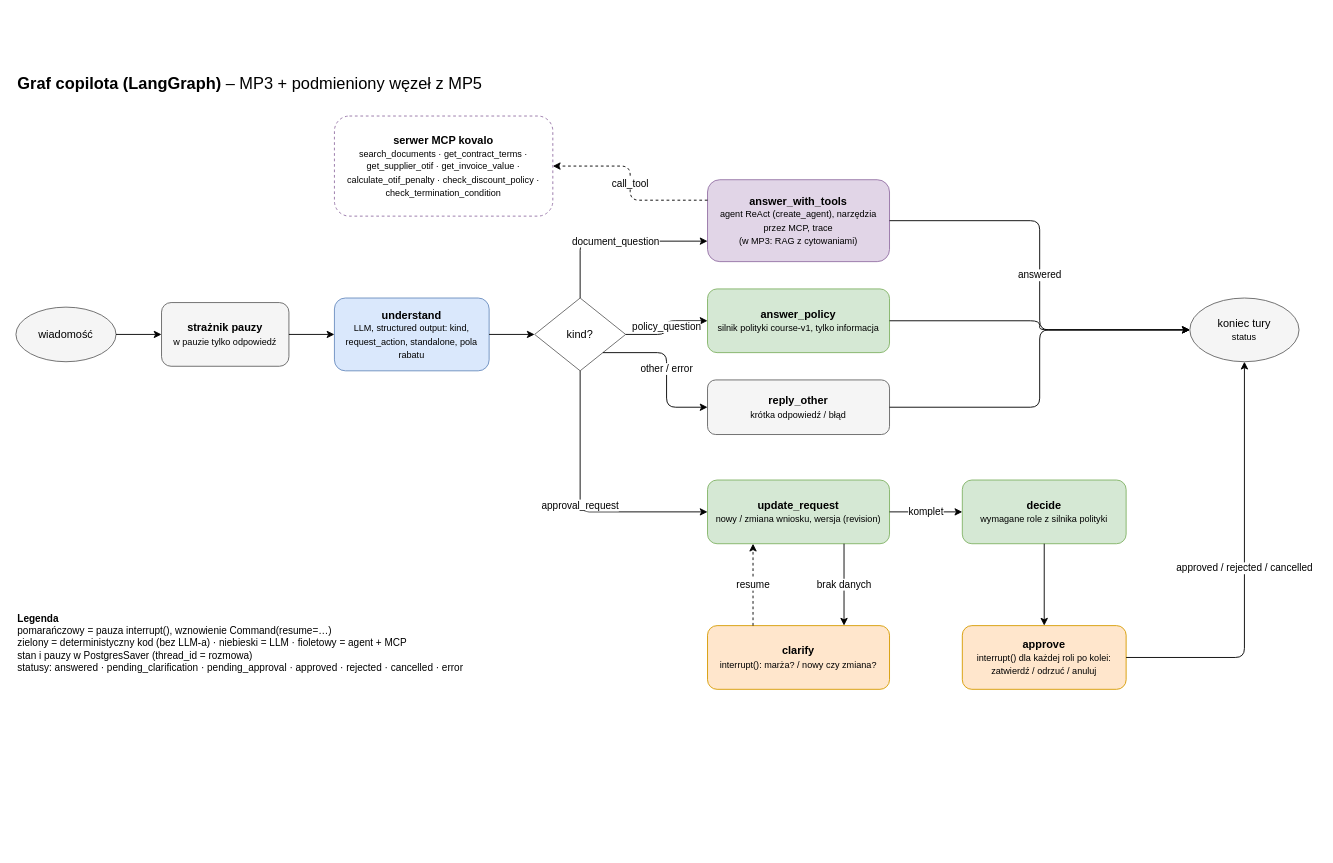
This is page "2. Graf copilota" (2 of 3) of docs/architecture/kovalo-architecture.drawio from oszypczy/kovalo-copilot, a draw.io file, before an edit. Source tidied: cells renumbered, new cells numbered last; positions are measured from the earlier drawing's top-left corner, leaving out a move shared by most shapes. Both pictures are drawn from the tidied source at 91%, with x=0, y=0 at pixel (15, 70).
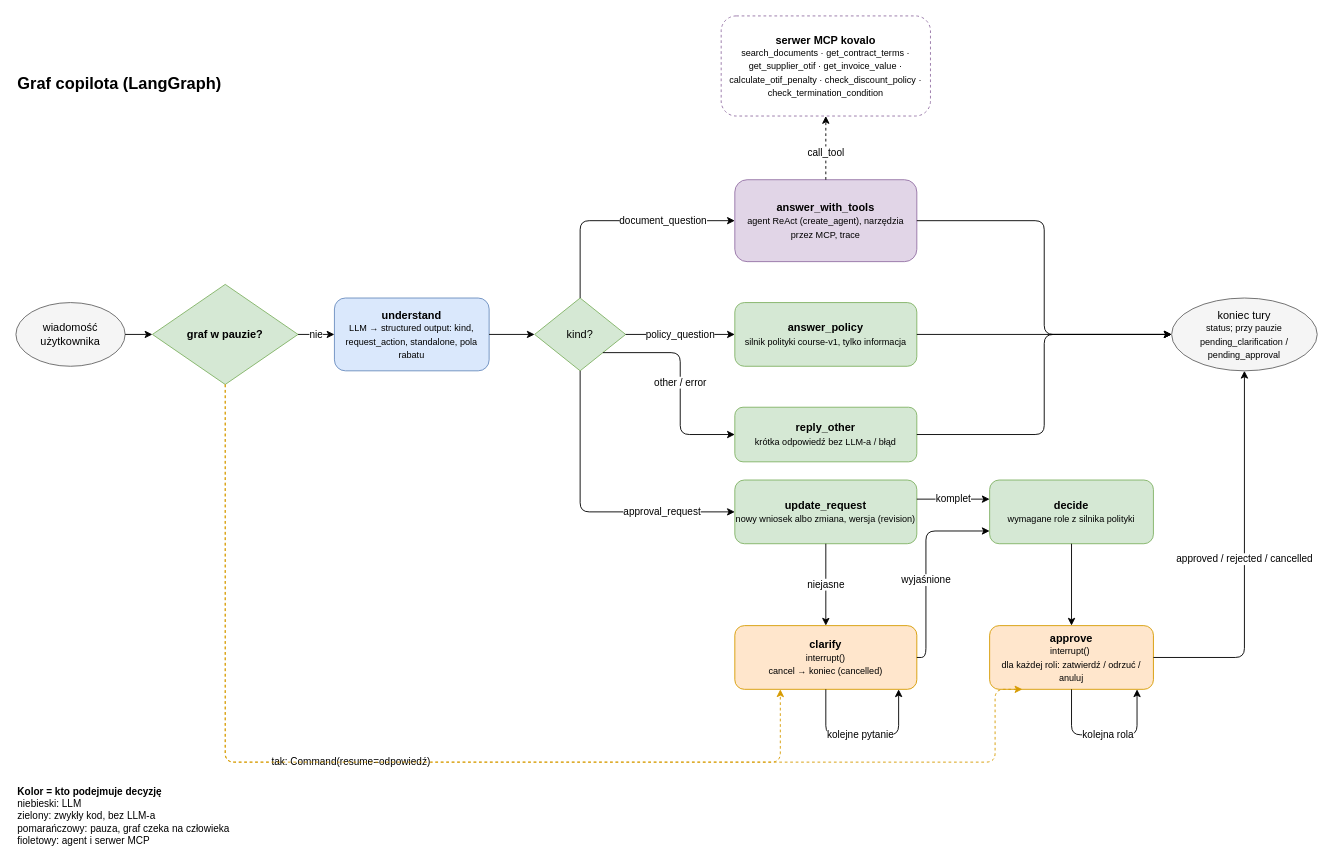
After the change.

Change to the diagram source:
```diff
@@
-    <mxCell id="2" value="&lt;b&gt;Graf copilota (LangGraph)&lt;/b&gt; – MP3 + podmieniony węzeł z MP5" style="text;html=1;fontSize=18;align=left;verticalAlign=middle;" parent="1" vertex="1">
+    <mxCell id="2" value="&lt;b&gt;Graf copilota (LangGraph)&lt;/b&gt;" style="text;html=1;fontSize=18;align=left;verticalAlign=middle;" parent="1" vertex="1">
       <mxGeometry width="700" height="30" as="geometry" />
     </mxCell>
-    <mxCell id="3" value="wiadomość" style="ellipse;whiteSpace=wrap;html=1;fillColor=#f5f5f5;strokeColor=#666666;" parent="1" vertex="1">
-      <mxGeometry y="260" width="110" height="60" as="geometry" />
+    <mxCell id="3" value="wiadomość&lt;br&gt;użytkownika" style="ellipse;fillColor=#f5f5f5;strokeColor=#666666;whiteSpace=wrap;html=1;" parent="1" vertex="1">
+      <mxGeometry y="255" width="120" height="70" as="geometry" />
     </mxCell>
-    <mxCell id="4" value="&lt;b&gt;strażnik pauzy&lt;/b&gt;&lt;br&gt;&lt;font style=&quot;font-size:10px&quot;&gt;w pauzie tylko odpowiedź&lt;/font&gt;" style="rounded=1;whiteSpace=wrap;html=1;fillColor=#f5f5f5;strokeColor=#666666;" parent="1" vertex="1">
-      <mxGeometry x="160" y="255" width="140" height="70" as="geometry" />
+    <mxCell id="4" value="&lt;b&gt;graf w pauzie?&lt;/b&gt;&lt;font style=&quot;font-size:10px&quot;&gt;&lt;br&gt;&lt;/font&gt;" style="rhombus;fillColor=#d5e8d4;strokeColor=#82b366;whiteSpace=wrap;html=1;" parent="1" vertex="1">
+      <mxGeometry x="150" y="235" width="160" height="110" as="geometry" />
     </mxCell>
-    <mxCell id="5" value="&lt;b&gt;understand&lt;/b&gt;&lt;br&gt;&lt;font style=&quot;font-size:10px&quot;&gt;LLM, structured output: kind, request_action, standalone, pola rabatu&lt;/font&gt;" style="rounded=1;whiteSpace=wrap;html=1;fillColor=#dae8fc;strokeColor=#6c8ebf;" parent="1" vertex="1">
+    <mxCell id="5" value="&lt;b&gt;understand&lt;/b&gt;&lt;br&gt;&lt;font style=&quot;font-size:10px&quot;&gt;LLM → structured output: kind, request_action, standalone, pola rabatu&lt;/font&gt;" style="rounded=1;fillColor=#dae8fc;strokeColor=#6c8ebf;whiteSpace=wrap;html=1;" parent="1" vertex="1">
       <mxGeometry x="350" y="250" width="170" height="80" as="geometry" />
     </mxCell>
-    <mxCell id="6" value="kind?" style="rhombus;whiteSpace=wrap;html=1;fillColor=#ffffff;strokeColor=#666666;" parent="1" vertex="1">
+    <mxCell id="6" value="kind?" style="rhombus;fillColor=#d5e8d4;strokeColor=#82b366;whiteSpace=wrap;html=1;" parent="1" vertex="1">
       <mxGeometry x="570" y="250" width="100" height="80" as="geometry" />
     </mxCell>
-    <mxCell id="7" value="&lt;b&gt;answer_with_tools&lt;/b&gt;&lt;br&gt;&lt;font style=&quot;font-size:10px&quot;&gt;agent ReAct (create_agent), narzędzia przez MCP, trace&lt;br&gt;(w MP3: RAG z cytowaniami)&lt;/font&gt;" style="rounded=1;whiteSpace=wrap;html=1;fillColor=#e1d5e7;strokeColor=#9673a6;" parent="1" vertex="1">
-      <mxGeometry x="760" y="120" width="200" height="90" as="geometry" />
+    <mxCell id="7" value="&lt;b&gt;answer_with_tools&lt;/b&gt;&lt;br&gt;&lt;font style=&quot;font-size:10px&quot;&gt;agent ReAct (create_agent), narzędzia przez MCP, trace&lt;/font&gt;" style="rounded=1;fillColor=#e1d5e7;strokeColor=#9673a6;whiteSpace=wrap;html=1;" parent="1" vertex="1">
+      <mxGeometry x="790" y="120" width="200" height="90" as="geometry" />
     </mxCell>
-    <mxCell id="8" value="&lt;b&gt;answer_policy&lt;/b&gt;&lt;br&gt;&lt;font style=&quot;font-size:10px&quot;&gt;silnik polityki course-v1, tylko informacja&lt;/font&gt;" style="rounded=1;whiteSpace=wrap;html=1;fillColor=#d5e8d4;strokeColor=#82b366;" parent="1" vertex="1">
-      <mxGeometry x="760" y="240" width="200" height="70" as="geometry" />
+    <mxCell id="8" value="&lt;b&gt;answer_policy&lt;/b&gt;&lt;br&gt;&lt;font style=&quot;font-size:10px&quot;&gt;silnik polityki course-v1, tylko informacja&lt;/font&gt;" style="rounded=1;fillColor=#d5e8d4;strokeColor=#82b366;whiteSpace=wrap;html=1;" parent="1" vertex="1">
+      <mxGeometry x="790" y="255" width="200" height="70" as="geometry" />
     </mxCell>
-    <mxCell id="9" value="&lt;b&gt;reply_other&lt;/b&gt;&lt;br&gt;&lt;font style=&quot;font-size:10px&quot;&gt;krótka odpowiedź / błąd&lt;/font&gt;" style="rounded=1;whiteSpace=wrap;html=1;fillColor=#f5f5f5;strokeColor=#666666;" parent="1" vertex="1">
-      <mxGeometry x="760" y="340" width="200" height="60" as="geometry" />
+    <mxCell id="9" value="&lt;b&gt;reply_other&lt;/b&gt;&lt;br&gt;&lt;font style=&quot;font-size:10px&quot;&gt;krótka odpowiedź bez LLM-a / błąd&lt;/font&gt;" style="rounded=1;fillColor=#d5e8d4;strokeColor=#82b366;whiteSpace=wrap;html=1;" parent="1" vertex="1">
+      <mxGeometry x="790" y="370" width="200" height="60" as="geometry" />
     </mxCell>
-    <mxCell id="10" value="&lt;b&gt;update_request&lt;/b&gt;&lt;br&gt;&lt;font style=&quot;font-size:10px&quot;&gt;nowy / zmiana wniosku, wersja (revision)&lt;/font&gt;" style="rounded=1;whiteSpace=wrap;html=1;fillColor=#d5e8d4;strokeColor=#82b366;" parent="1" vertex="1">
-      <mxGeometry x="760" y="450" width="200" height="70" as="geometry" />
+    <mxCell id="10" value="&lt;b&gt;update_request&lt;/b&gt;&lt;br&gt;&lt;font style=&quot;font-size:10px&quot;&gt;nowy wniosek albo zmiana, wersja (revision)&lt;/font&gt;" style="rounded=1;fillColor=#d5e8d4;strokeColor=#82b366;whiteSpace=wrap;html=1;" parent="1" vertex="1">
+      <mxGeometry x="790" y="450" width="200" height="70" as="geometry" />
     </mxCell>
-    <mxCell id="11" value="&lt;b&gt;clarify&lt;/b&gt;&lt;br&gt;&lt;font style=&quot;font-size:10px&quot;&gt;interrupt(): marża? / nowy czy zmiana?&lt;/font&gt;" style="rounded=1;whiteSpace=wrap;html=1;fillColor=#ffe6cc;strokeColor=#d79b00;" parent="1" vertex="1">
-      <mxGeometry x="760" y="610" width="200" height="70" as="geometry" />
+    <mxCell id="11" value="&lt;b&gt;clarify&lt;/b&gt;&lt;br&gt;&lt;font style=&quot;font-size:10px&quot;&gt;interrupt()&lt;br&gt;cancel → koniec (cancelled)&lt;/font&gt;" style="rounded=1;fillColor=#ffe6cc;strokeColor=#d79b00;whiteSpace=wrap;html=1;" parent="1" vertex="1">
+      <mxGeometry x="790" y="610" width="200" height="70" as="geometry" />
     </mxCell>
-    <mxCell id="12" value="&lt;b&gt;decide&lt;/b&gt;&lt;br&gt;&lt;font style=&quot;font-size:10px&quot;&gt;wymagane role z silnika polityki&lt;/font&gt;" style="rounded=1;whiteSpace=wrap;html=1;fillColor=#d5e8d4;strokeColor=#82b366;" parent="1" vertex="1">
-      <mxGeometry x="1040" y="450" width="180" height="70" as="geometry" />
+    <mxCell id="12" value="&lt;b&gt;decide&lt;/b&gt;&lt;br&gt;&lt;font style=&quot;font-size:10px&quot;&gt;wymagane role z silnika polityki&lt;/font&gt;" style="rounded=1;fillColor=#d5e8d4;strokeColor=#82b366;whiteSpace=wrap;html=1;" parent="1" vertex="1">
+      <mxGeometry x="1070" y="450" width="180" height="70" as="geometry" />
     </mxCell>
-    <mxCell id="13" value="&lt;b&gt;approve&lt;/b&gt;&lt;br&gt;&lt;font style=&quot;font-size:10px&quot;&gt;interrupt() dla każdej roli po kolei: zatwierdź / odrzuć / anuluj&lt;/font&gt;" style="rounded=1;whiteSpace=wrap;html=1;fillColor=#ffe6cc;strokeColor=#d79b00;" parent="1" vertex="1">
-      <mxGeometry x="1040" y="610" width="180" height="70" as="geometry" />
+    <mxCell id="13" value="&lt;b&gt;approve&lt;/b&gt;&lt;br&gt;&lt;font style=&quot;font-size:10px&quot;&gt;interrupt()&amp;nbsp;&lt;/font&gt;&lt;div&gt;&lt;font style=&quot;font-size:10px&quot;&gt;dla każdej roli: zatwierdź / odrzuć / anuluj&lt;/font&gt;&lt;/div&gt;" style="rounded=1;fillColor=#ffe6cc;strokeColor=#d79b00;whiteSpace=wrap;html=1;" parent="1" vertex="1">
+      <mxGeometry x="1070" y="610" width="180" height="70" as="geometry" />
     </mxCell>
-    <mxCell id="14" value="koniec tury&lt;br&gt;&lt;font style=&quot;font-size:10px&quot;&gt;status&lt;/font&gt;" style="ellipse;whiteSpace=wrap;html=1;fillColor=#f5f5f5;strokeColor=#666666;" parent="1" vertex="1">
-      <mxGeometry x="1290" y="250" width="120" height="70" as="geometry" />
+    <mxCell id="14" value="koniec tury&lt;br&gt;&lt;font style=&quot;font-size:10px&quot;&gt;status; przy pauzie&lt;br&gt;pending_clarification / pending_approval&lt;/font&gt;" style="ellipse;fillColor=#f5f5f5;strokeColor=#666666;whiteSpace=wrap;html=1;" parent="1" vertex="1">
+      <mxGeometry x="1270" y="250" width="160" height="80" as="geometry" />
     </mxCell>
-    <mxCell id="15" value="&lt;b&gt;serwer MCP kovalo&lt;/b&gt;&lt;br&gt;&lt;font style=&quot;font-size:10px&quot;&gt;search_documents · get_contract_terms · get_supplier_otif · get_invoice_value · calculate_otif_penalty · check_discount_policy · check_termination_condition&lt;/font&gt;" style="rounded=1;whiteSpace=wrap;html=1;dashed=1;fillColor=#ffffff;strokeColor=#9673a6;" parent="1" vertex="1">
-      <mxGeometry x="350" y="50" width="240" height="110" as="geometry" />
+    <mxCell id="15" value="&lt;b&gt;serwer MCP kovalo&lt;/b&gt;&lt;br&gt;&lt;font style=&quot;font-size:10px&quot;&gt;search_documents · get_contract_terms · get_supplier_otif · get_invoice_value · calculate_otif_penalty · check_discount_policy · check_termination_condition&lt;/font&gt;" style="rounded=1;dashed=1;fillColor=#ffffff;strokeColor=#9673a6;whiteSpace=wrap;html=1;" parent="1" vertex="1">
+      <mxGeometry x="775" y="-60" width="230" height="110" as="geometry" />
     </mxCell>
@@
-    <mxCell id="17" style="edgeStyle=orthogonalEdgeStyle;rounded=1;html=1;defaultLabelBackgroundColor=page;" parent="1" edge="1" source="4" target="5">
+    <mxCell id="17" value="nie" style="edgeStyle=orthogonalEdgeStyle;rounded=1;html=1;defaultLabelBackgroundColor=page;" parent="1" edge="1" source="4" target="5">
       <mxGeometry relative="1" as="geometry" />
     </mxCell>
@@
-    <mxCell id="19" value="document_question" style="edgeStyle=orthogonalEdgeStyle;rounded=1;html=1;defaultLabelBackgroundColor=page;exitX=0.5;exitY=0;entryX=0;entryY=0.75;" parent="1" edge="1" source="6" target="7">
-      <mxGeometry relative="1" as="geometry" />
+    <mxCell id="19" value="document_question" style="edgeStyle=orthogonalEdgeStyle;rounded=1;html=1;defaultLabelBackgroundColor=page;exitX=0.5;exitY=0;entryX=0;entryY=0.5;entryDx=0;entryDy=0;" parent="1" edge="1" source="6" target="7">
+      <mxGeometry x="0.38" relative="1" as="geometry" />
     </mxCell>
@@
     <mxCell id="22" value="approval_request" style="edgeStyle=orthogonalEdgeStyle;rounded=1;html=1;defaultLabelBackgroundColor=page;exitX=0.5;exitY=1;entryX=0;entryY=0.5;" parent="1" edge="1" source="6" target="10">
-      <mxGeometry relative="1" as="geometry" />
+      <mxGeometry x="0.51" relative="1" as="geometry" />
     </mxCell>
-    <mxCell id="23" value="brak danych" style="edgeStyle=orthogonalEdgeStyle;rounded=1;html=1;defaultLabelBackgroundColor=page;exitX=0.75;exitY=1;entryX=0.75;entryY=0;" parent="1" edge="1" source="10" target="11">
+    <mxCell id="23" value="niejasne" style="edgeStyle=orthogonalEdgeStyle;rounded=1;html=1;defaultLabelBackgroundColor=page;exitX=0.5;exitY=1;entryX=0.5;entryY=0;" parent="1" edge="1" source="10" target="11">
       <mxGeometry relative="1" as="geometry" />
     </mxCell>
-    <mxCell id="24" value="komplet" style="edgeStyle=orthogonalEdgeStyle;rounded=1;html=1;defaultLabelBackgroundColor=page;" parent="1" edge="1" source="10" target="12">
+    <mxCell id="24" value="komplet" style="edgeStyle=orthogonalEdgeStyle;rounded=1;html=1;defaultLabelBackgroundColor=page;exitX=1;exitY=0.3;entryX=0;entryY=0.3;" parent="1" edge="1" source="10" target="12">
       <mxGeometry relative="1" as="geometry" />
     </mxCell>
+    <mxCell id="33" value="wyjaśnione" style="edgeStyle=orthogonalEdgeStyle;rounded=1;html=1;defaultLabelBackgroundColor=page;exitX=1;exitY=0.5;entryX=0;entryY=0.8;" parent="1" edge="1" source="11" target="12">
+      <mxGeometry x="-0.13" relative="1" as="geometry">
+        <Array as="points">
+          <mxPoint x="1000" y="645" />
+          <mxPoint x="1000" y="506" />
+        </Array>
+      </mxGeometry>
+    </mxCell>
-    <mxCell id="25" value="resume" style="edgeStyle=orthogonalEdgeStyle;rounded=1;html=1;dashed=1;defaultLabelBackgroundColor=page;exitX=0.25;exitY=0;entryX=0.25;entryY=1;" parent="1" edge="1" source="11" target="10">
-      <mxGeometry relative="1" as="geometry" />
+    <mxCell id="25" value="kolejne pytanie" style="edgeStyle=orthogonalEdgeStyle;rounded=1;html=1;defaultLabelBackgroundColor=page;exitX=0.5;exitY=1;entryX=0.9;entryY=1;innerLoopWaypoints=1;exitDx=0;exitDy=0;" parent="1" edge="1" source="11" target="11">
+      <mxGeometry x="-0.02" relative="1" as="geometry">
+        <Array as="points">
+          <mxPoint x="890" y="730" />
+          <mxPoint x="970" y="730" />
+        </Array>
+      </mxGeometry>
     </mxCell>
@@
+    <mxCell id="34" value="kolejna rola" style="edgeStyle=orthogonalEdgeStyle;rounded=1;html=1;defaultLabelBackgroundColor=page;exitX=0.5;exitY=1;entryX=0.9;entryY=1;exitDx=0;exitDy=0;innerLoopWaypoints=1;" parent="1" edge="1" source="13" target="13">
+      <mxGeometry x="0.05" relative="1" as="geometry">
+        <Array as="points">
+          <mxPoint x="1160" y="730" />
+          <mxPoint x="1232" y="730" />
+        </Array>
+      </mxGeometry>
+    </mxCell>
@@
-    <mxCell id="28" value="answered" style="edgeStyle=orthogonalEdgeStyle;rounded=1;html=1;defaultLabelBackgroundColor=page;exitX=1;exitY=0.5;entryX=0;entryY=0.5;" parent="1" edge="1" source="7" target="14">
+    <mxCell id="28" value="&lt;br&gt;&lt;div&gt;&lt;br&gt;&lt;/div&gt;" style="edgeStyle=orthogonalEdgeStyle;rounded=1;html=1;defaultLabelBackgroundColor=page;exitX=1;exitY=0.5;entryX=0;entryY=0.5;" parent="1" edge="1" source="7" target="14">
       <mxGeometry relative="1" as="geometry" />
     </mxCell>
@@
-    <mxCell id="31" value="call_tool" style="edgeStyle=orthogonalEdgeStyle;rounded=1;html=1;dashed=1;defaultLabelBackgroundColor=page;exitX=0;exitY=0.25;entryX=1;entryY=0.5;" parent="1" edge="1" source="7" target="15">
-      <mxGeometry relative="1" as="geometry" />
+    <mxCell id="31" value="call_tool" style="edgeStyle=orthogonalEdgeStyle;rounded=1;html=1;defaultLabelBackgroundColor=page;dashed=1;exitX=0.5;exitY=0;entryX=0.5;entryY=1;exitDx=0;exitDy=0;entryDx=0;entryDy=0;" parent="1" edge="1" source="7" target="15">
+      <mxGeometry x="-0.14" relative="1" as="geometry" />
     </mxCell>
+    <mxCell id="35" value="tak: Command(resume=odpowiedź)" style="edgeStyle=orthogonalEdgeStyle;rounded=1;html=1;defaultLabelBackgroundColor=page;dashed=1;strokeColor=#d79b00;exitX=0.5;exitY=1;entryX=0.25;entryY=1;" parent="1" edge="1" source="4" target="11">
+      <mxGeometry relative="1" as="geometry">
+        <Array as="points">
+          <mxPoint x="230" y="760" />
+          <mxPoint x="840" y="760" />
+        </Array>
+      </mxGeometry>
+    </mxCell>
+    <mxCell id="36" style="edgeStyle=orthogonalEdgeStyle;rounded=1;html=1;defaultLabelBackgroundColor=page;dashed=1;strokeColor=#d79b00;exitX=0.5;exitY=1;entryX=0.2;entryY=1;" parent="1" edge="1" source="4" target="13">
+      <mxGeometry relative="1" as="geometry">
+        <Array as="points">
+          <mxPoint x="230" y="760" />
+          <mxPoint x="1076" y="760" />
+        </Array>
+      </mxGeometry>
+    </mxCell>
-    <mxCell id="32" value="&lt;b&gt;Legenda&lt;/b&gt;&lt;br&gt;pomarańczowy = pauza interrupt(), wznowienie Command(resume=…)&lt;br&gt;zielony = deterministyczny kod (bez LLM-a) · niebieski = LLM · fioletowy = agent + MCP&lt;br&gt;stan i pauzy w PostgresSaver (thread_id = rozmowa)&lt;br&gt;statusy: answered · pending_clarification · pending_approval · approved · rejected · cancelled · error" style="text;html=1;align=left;verticalAlign=top;fontSize=11;" parent="1" vertex="1">
-      <mxGeometry y="590" width="560" height="90" as="geometry" />
+    <mxCell id="32" value="&lt;b&gt;Kolor = kto podejmuje decyzję&lt;/b&gt;&lt;br&gt;niebieski: LLM &lt;br&gt;zielony: zwykły kod, bez LLM-a&lt;div&gt;pomarańczowy: pauza, graf czeka na człowieka&amp;nbsp;&lt;/div&gt;&lt;div&gt;fioletowy: agent i serwer MCP&lt;/div&gt;" style="text;html=1;align=left;verticalAlign=top;fontSize=11;" parent="1" vertex="1">
+      <mxGeometry y="780" width="760" height="40" as="geometry" />
     </mxCell>
```
